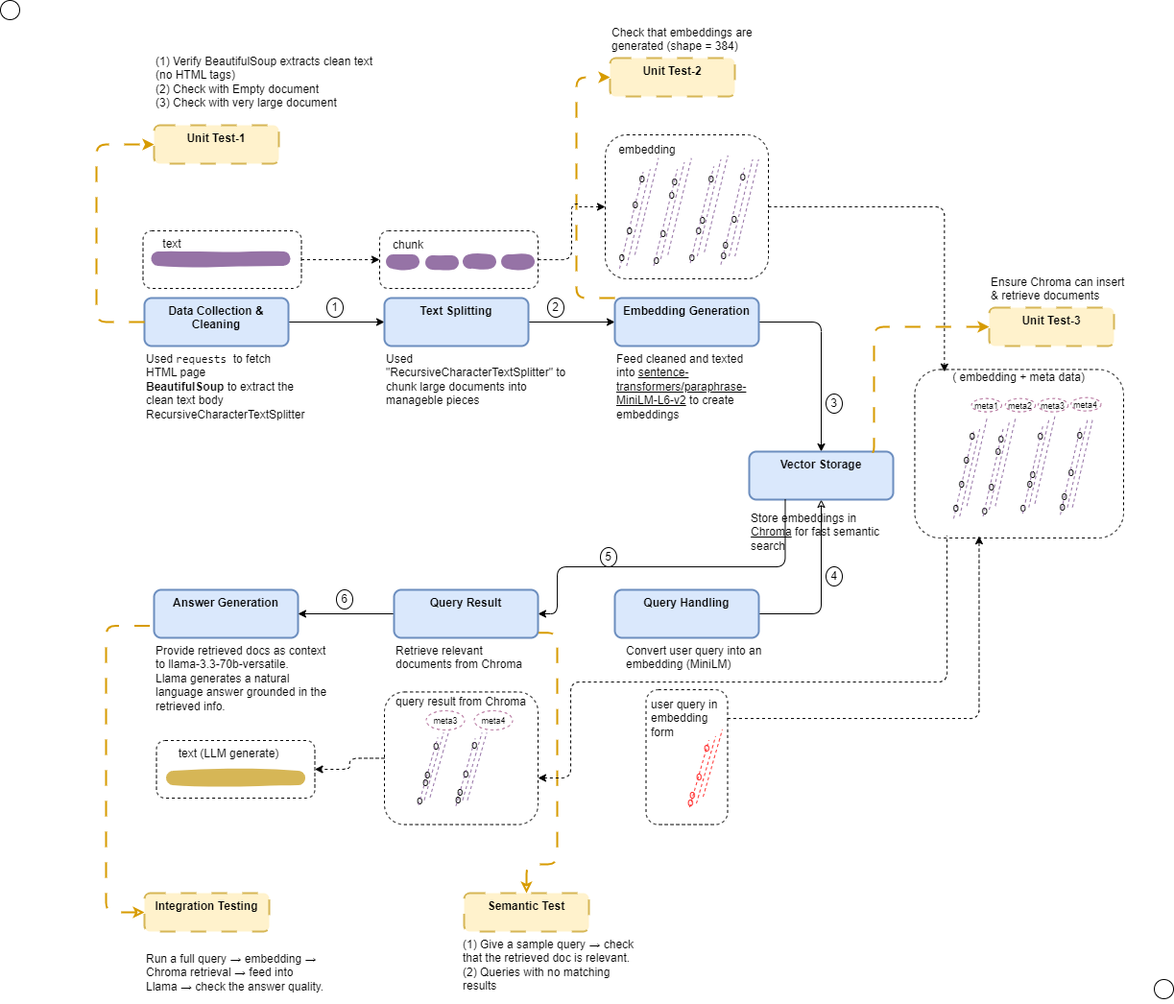
Above: gen_ai_01_news_article/data_flow_diagram_v1.png in skgowri23/genai-projects (draw.io), before the change. Source tidied: cells renumbered, new cells last; positions are measured from the earlier drawing's top-left corner, leaving out a move shared by most shapes.
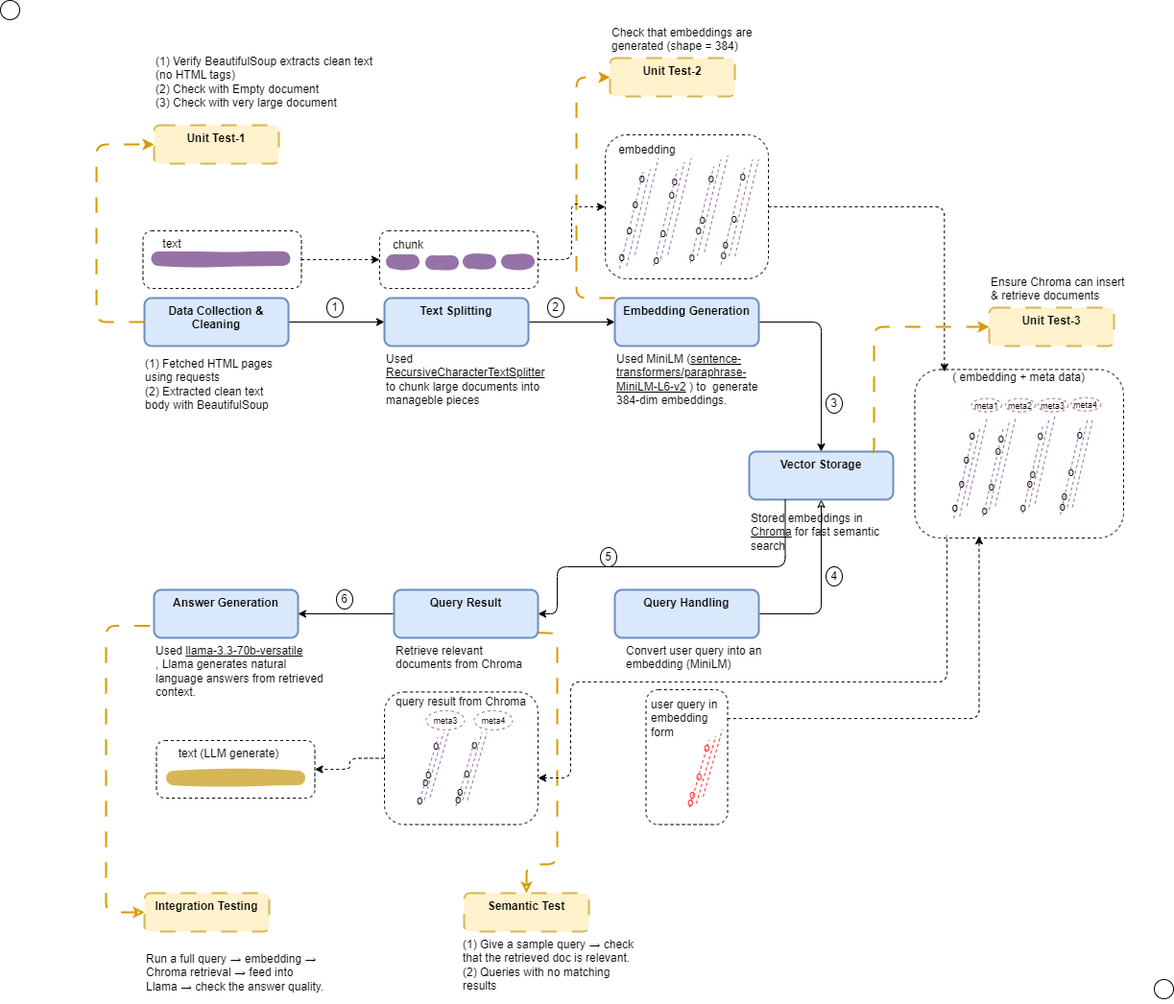
The same diagram one commit later.

Commit message:
modified data flow diagram file

Change to the diagram source:
```diff
@@ -86,8 +86,8 @@
     <mxCell id="23" value="Data Collection &amp;amp; Cleaning" style="rounded=1;whiteSpace=wrap;html=1;align=center;verticalAlign=top;fillColor=#dae8fc;strokeColor=#6C8EBF;fontStyle=1;strokeWidth=2;" parent="1" vertex="1">
       <mxGeometry x="150" y="310" width="150" height="50" as="geometry" />
     </mxCell>
-    <mxCell id="24" value="Used&amp;nbsp;&lt;code&gt;requests&amp;nbsp;&lt;/code&gt;to fetch HTML page&lt;br&gt;&lt;div&gt;&lt;strong&gt;BeautifulSoup&lt;/strong&gt; to extract the clean text body&lt;/div&gt;&lt;div&gt;RecursiveCharacterTextSplitter&lt;/div&gt;" style="text;html=1;align=left;verticalAlign=top;whiteSpace=wrap;rounded=0;" parent="1" vertex="1">
-      <mxGeometry x="150" y="360" width="150" height="80" as="geometry" />
+    <mxCell id="24" value="&lt;div&gt;(1) Fetched HTML pages using requests&lt;/div&gt;&lt;div&gt;(2) Extracted clean text body with BeautifulSoup&lt;/div&gt;" style="text;html=1;align=left;verticalAlign=top;whiteSpace=wrap;rounded=0;" parent="1" vertex="1">
+      <mxGeometry x="148.5" y="365" width="151.5" height="70" as="geometry" />
     </mxCell>
     <mxCell id="25" style="edgeStyle=orthogonalEdgeStyle;rounded=1;jettySize=auto;html=1;entryX=0;entryY=0.5;entryDx=0;entryDy=0;curved=0;" parent="1" edge="1" source="26" target="29">
       <mxGeometry relative="1" as="geometry" />
@@ -95,8 +95,8 @@
     <mxCell id="26" value="Text Splitting " style="rounded=1;whiteSpace=wrap;html=1;align=center;verticalAlign=top;fillColor=#dae8fc;strokeColor=#6C8EBF;fontStyle=1;strokeWidth=2;" parent="1" vertex="1">
       <mxGeometry x="400" y="310" width="150" height="50" as="geometry" />
     </mxCell>
-    <mxCell id="27" value="&lt;div&gt;Used &quot;RecursiveCharacterTextSplitter&quot; to chunk large documents into manageble pieces&lt;/div&gt;" style="text;html=1;align=left;verticalAlign=top;whiteSpace=wrap;rounded=0;" parent="1" vertex="1">
-      <mxGeometry x="400" y="360" width="200" height="80" as="geometry" />
+    <mxCell id="27" value="&lt;div&gt;Used &lt;u&gt;RecursiveCharacterTextSplitter&lt;/u&gt; to chunk large documents into manageble pieces&lt;/div&gt;" style="text;html=1;align=left;verticalAlign=top;whiteSpace=wrap;rounded=0;" parent="1" vertex="1">
+      <mxGeometry x="400" y="360" width="180" height="80" as="geometry" />
     </mxCell>
     <mxCell id="28" style="edgeStyle=orthogonalEdgeStyle;rounded=1;jettySize=auto;html=1;entryX=0.5;entryY=0;entryDx=0;entryDy=0;exitX=1;exitY=0.5;exitDx=0;exitDy=0;curved=0;" parent="1" edge="1" source="29" target="32">
       <mxGeometry relative="1" as="geometry" />
@@ -104,7 +104,7 @@
     <mxCell id="29" value="Embedding Generation" style="rounded=1;whiteSpace=wrap;html=1;align=center;verticalAlign=top;fillColor=#dae8fc;strokeColor=#6C8EBF;fontStyle=1;strokeWidth=2;" parent="1" vertex="1">
       <mxGeometry x="640" y="310" width="150" height="50" as="geometry" />
     </mxCell>
-    <mxCell id="30" value="&lt;div&gt;Feed cleaned and texted into &lt;u&gt;sentence-transformers/paraphrase-MiniLM-L6-v2&lt;/u&gt; to create embeddings&lt;/div&gt;" style="text;html=1;align=left;verticalAlign=top;whiteSpace=wrap;rounded=0;" parent="1" vertex="1">
+    <mxCell id="30" value="&lt;div&gt;Used MiniLM (&lt;u&gt;sentence-transformers/paraphrase-MiniLM-L6-v2&lt;/u&gt;&amp;nbsp;) to&amp;nbsp; generate 384-dim embeddings.&lt;/div&gt;" style="text;html=1;align=left;verticalAlign=top;whiteSpace=wrap;rounded=0;" parent="1" vertex="1">
       <mxGeometry x="640" y="360" width="150" height="80" as="geometry" />
     </mxCell>
     <mxCell id="31" style="edgeStyle=orthogonalEdgeStyle;rounded=1;jettySize=auto;html=1;entryX=1;entryY=0.5;entryDx=0;entryDy=0;curved=0;startArrow=classic;startFill=0;endArrow=none;" parent="1" edge="1" source="32" target="35">
@@ -113,7 +113,7 @@
     <mxCell id="32" value="Vector Storage" style="rounded=1;whiteSpace=wrap;html=1;align=center;verticalAlign=top;fillColor=#dae8fc;strokeColor=#6C8EBF;fontStyle=1;strokeWidth=2;" parent="1" vertex="1">
       <mxGeometry x="780" y="470" width="150" height="50" as="geometry" />
     </mxCell>
-    <mxCell id="33" value="Store embeddings in &lt;span&gt;&lt;u&gt;Chroma&lt;/u&gt;&lt;/span&gt;&amp;nbsp;for fast semantic search" style="text;html=1;align=left;verticalAlign=top;whiteSpace=wrap;rounded=0;" parent="1" vertex="1">
+    <mxCell id="33" value="Stored embeddings in &lt;span&gt;&lt;u&gt;Chroma&lt;/u&gt;&lt;/span&gt;&amp;nbsp;for fast semantic search" style="text;html=1;align=left;verticalAlign=top;whiteSpace=wrap;rounded=0;" parent="1" vertex="1">
       <mxGeometry x="780" y="526.2" width="150" height="50" as="geometry" />
     </mxCell>
     <mxCell id="34" style="edgeStyle=orthogonalEdgeStyle;rounded=1;jettySize=auto;html=1;curved=0;exitX=0.25;exitY=1;exitDx=0;exitDy=0;entryX=1;entryY=0.5;entryDx=0;entryDy=0;" parent="1" edge="1" source="32" target="40">
@@ -134,8 +134,8 @@
     <mxCell id="37" value="Answer Generation" style="rounded=1;whiteSpace=wrap;html=1;align=center;verticalAlign=top;fillColor=#dae8fc;strokeColor=#6C8EBF;fontStyle=1;strokeWidth=2;" parent="1" vertex="1">
       <mxGeometry x="160" y="614" width="150" height="50" as="geometry" />
     </mxCell>
-    <mxCell id="38" value="&lt;div&gt;Provide retrieved docs as context to llama-3.3-70b-versatile.&lt;/div&gt;&lt;div&gt;Llama generates a natural language answer grounded in the retrieved info.&lt;/div&gt;" style="text;html=1;align=left;verticalAlign=top;whiteSpace=wrap;rounded=0;" parent="1" vertex="1">
-      <mxGeometry x="160" y="664" width="190" height="90" as="geometry" />
+    <mxCell id="38" value="&lt;div&gt;&lt;span style=&quot;background-color: transparent; color: light-dark(rgb(0, 0, 0), rgb(255, 255, 255));&quot;&gt;Used&amp;nbsp;&lt;u&gt;llama-3.3-70b-versatile&lt;/u&gt;&lt;/span&gt;&lt;/div&gt;&lt;div&gt;, Llama generates natural language answers from retrieved context.&lt;/div&gt;" style="text;html=1;align=left;verticalAlign=top;whiteSpace=wrap;rounded=0;" parent="1" vertex="1">
+      <mxGeometry x="160" y="664" width="190" height="76" as="geometry" />
     </mxCell>
     <mxCell id="39" style="edgeStyle=orthogonalEdgeStyle;rounded=1;jettySize=auto;html=1;curved=0;" parent="1" edge="1" source="40" target="37">
       <mxGeometry relative="1" as="geometry" />
```
